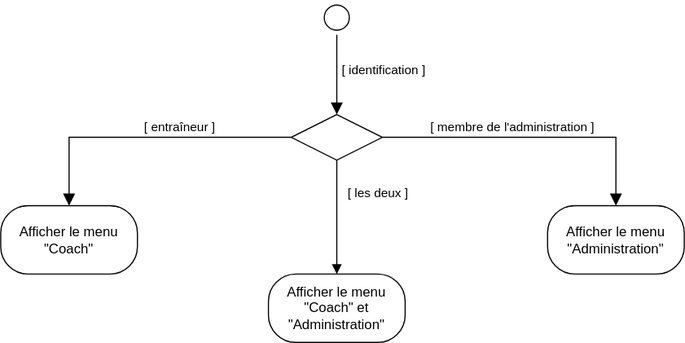
The draw.io diagram UML/Diagrammes d'activité/Diagramme_Acitivité_Application.svg in CyberHati/Application_Gestion-d-effectif, before a commit. Source tidied: cells renumbered, new cells last; positions are measured from the earlier drawing's top-left corner, leaving out a move shared by most shapes. The source it was exported from:
```xml
<mxGraphModel>
  <root>
    <mxCell id="0" />
    <mxCell id="1" parent="0" />
    <mxCell id="2" style="ellipse;html=1;shape=startState;" parent="1" vertex="1">
      <mxGeometry x="280" width="30" height="30" as="geometry" />
    </mxCell>
    <mxCell id="3" style="edgeStyle=orthogonalEdgeStyle;html=1;verticalAlign=bottom;endArrow=block;endSize=8;rounded=0;endFill=1;exitX=0.5;exitY=1;exitDx=0;exitDy=0;entryX=0.5;entryY=0;entryDx=0;entryDy=0;" parent="1" edge="1" source="2" target="8">
      <mxGeometry relative="1" as="geometry" />
    </mxCell>
    <mxCell id="4" value="[ identification ]" style="edgeLabel;html=1;align=center;verticalAlign=middle;" parent="3" vertex="1">
      <mxGeometry x="-0.14" y="2" relative="1" as="geometry">
        <mxPoint x="38" as="offset" />
      </mxGeometry>
    </mxCell>
    <mxCell id="5" value="Afficher le menu &quot;Coach&quot;" style="rounded=1;whiteSpace=wrap;html=1;arcSize=40;" parent="1" vertex="1">
      <mxGeometry y="180" width="120" height="60" as="geometry" />
    </mxCell>
    <mxCell id="6" style="edgeStyle=orthogonalEdgeStyle;rounded=0;jettySize=auto;html=1;entryX=0.5;entryY=0;entryDx=0;entryDy=0;endArrow=block;endFill=1;" parent="1" edge="1" source="8" target="13">
      <mxGeometry relative="1" as="geometry" />
    </mxCell>
    <mxCell id="7" value="[ les deux ]" style="edgeLabel;html=1;align=center;verticalAlign=middle;" parent="6" vertex="1">
      <mxGeometry x="-0.31" y="-3" relative="1" as="geometry">
        <mxPoint x="38" y="-6" as="offset" />
      </mxGeometry>
    </mxCell>
    <mxCell id="8" style="rhombus;whiteSpace=wrap;html=1;" parent="1" vertex="1">
      <mxGeometry x="255" y="100" width="80" height="40" as="geometry" />
    </mxCell>
    <mxCell id="9" style="edgeStyle=orthogonalEdgeStyle;html=1;align=left;verticalAlign=bottom;endArrow=block;endSize=8;rounded=0;endFill=1;entryX=0.5;entryY=0;entryDx=0;entryDy=0;" parent="1" edge="1" source="8" target="14">
      <mxGeometry x="-0.79" y="10" relative="1" as="geometry" />
    </mxCell>
    <mxCell id="10" value="[ membre de l'administration ]" style="edgeLabel;html=1;align=center;verticalAlign=middle;" parent="9" vertex="1">
      <mxGeometry x="-0.37" y="3" relative="1" as="geometry">
        <mxPoint x="29" y="-7" as="offset" />
      </mxGeometry>
    </mxCell>
    <mxCell id="11" style="edgeStyle=orthogonalEdgeStyle;html=1;verticalAlign=bottom;endArrow=block;endSize=8;rounded=0;exitX=0;exitY=0.5;exitDx=0;exitDy=0;entryX=0.5;entryY=0;entryDx=0;entryDy=0;endFill=1;" parent="1" edge="1" source="8" target="5">
      <mxGeometry relative="1" as="geometry" />
    </mxCell>
    <mxCell id="12" value="[ entraîneur ]" style="edgeLabel;html=1;align=center;verticalAlign=middle;" parent="11" vertex="1">
      <mxGeometry x="-0.22" y="-2" relative="1" as="geometry">
        <mxPoint y="-8" as="offset" />
      </mxGeometry>
    </mxCell>
    <mxCell id="13" value="Afficher le menu &quot;Coach&quot; et &quot;Administration&quot;" style="rounded=1;whiteSpace=wrap;html=1;arcSize=40;" parent="1" vertex="1">
      <mxGeometry x="235" y="240" width="120" height="60" as="geometry" />
    </mxCell>
    <mxCell id="14" value="Afficher le menu &quot;Administration&quot;" style="rounded=1;whiteSpace=wrap;html=1;arcSize=40;" parent="1" vertex="1">
      <mxGeometry x="480" y="180" width="120" height="60" as="geometry" />
    </mxCell>
  </root>
</mxGraphModel>
```
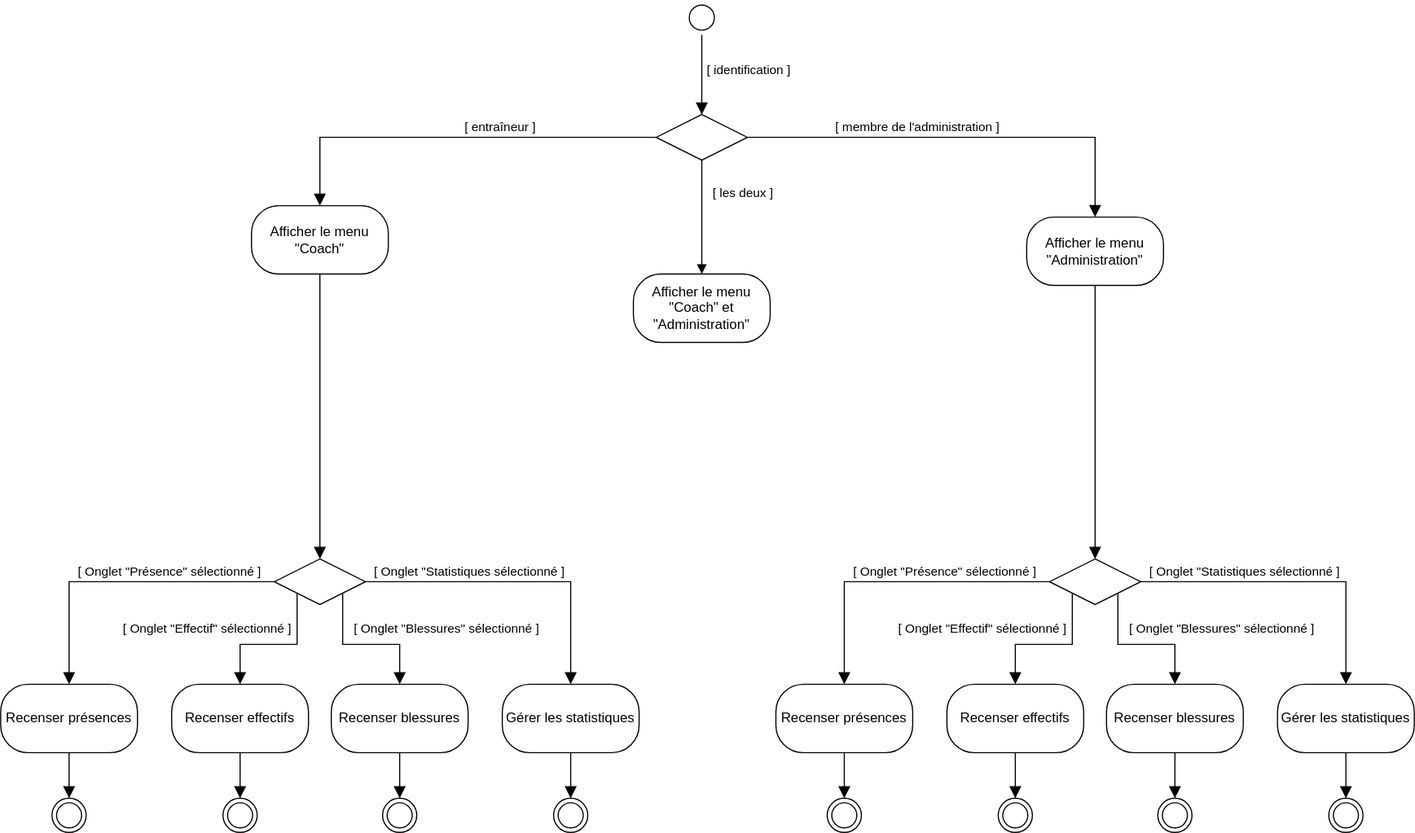
After the commit.

Commit message:
Mettre à jour Diagramme_Acitivité_Application.svg

Change to the diagram source:
```diff
@@ -14,7 +14,7 @@
       </mxGeometry>
     </mxCell>
     <mxCell id="5" value="Afficher le menu &quot;Coach&quot;" style="rounded=1;whiteSpace=wrap;html=1;arcSize=40;" parent="1" vertex="1">
-      <mxGeometry y="180" width="120" height="60" as="geometry" />
+      <mxGeometry x="-100" y="180" width="120" height="60" as="geometry" />
     </mxCell>
     <mxCell id="6" style="edgeStyle=orthogonalEdgeStyle;rounded=0;jettySize=auto;html=1;entryX=0.5;entryY=0;entryDx=0;entryDy=0;endArrow=block;endFill=1;" parent="1" edge="1" source="8" target="13">
       <mxGeometry relative="1" as="geometry" />
@@ -47,7 +47,155 @@
       <mxGeometry x="235" y="240" width="120" height="60" as="geometry" />
     </mxCell>
     <mxCell id="14" value="Afficher le menu &quot;Administration&quot;" style="rounded=1;whiteSpace=wrap;html=1;arcSize=40;" parent="1" vertex="1">
-      <mxGeometry x="480" y="180" width="120" height="60" as="geometry" />
+      <mxGeometry x="580" y="190" width="120" height="60" as="geometry" />
     </mxCell>
+    <mxCell id="15" style="rhombus;whiteSpace=wrap;html=1;" parent="1" vertex="1">
+      <mxGeometry x="-80" y="490" width="80" height="40" as="geometry" />
+    </mxCell>
+    <mxCell id="16" style="edgeStyle=orthogonalEdgeStyle;html=1;align=left;verticalAlign=bottom;endArrow=block;endSize=8;rounded=0;endFill=1;entryX=0.5;entryY=0;entryDx=0;entryDy=0;exitX=0.5;exitY=1;exitDx=0;exitDy=0;" parent="1" edge="1" source="5" target="15">
+      <mxGeometry x="-0.79" y="10" relative="1" as="geometry" />
+    </mxCell>
+    <mxCell id="17" value="Recenser effectifs" style="rounded=1;whiteSpace=wrap;html=1;arcSize=40;" parent="1" vertex="1">
+      <mxGeometry x="-170" y="600" width="120" height="60" as="geometry" />
+    </mxCell>
+    <mxCell id="18" value="Recenser blessures" style="rounded=1;whiteSpace=wrap;html=1;arcSize=40;" parent="1" vertex="1">
+      <mxGeometry x="-30" y="600" width="120" height="60" as="geometry" />
+    </mxCell>
+    <mxCell id="19" value="Gérer les statistiques" style="rounded=1;whiteSpace=wrap;html=1;arcSize=40;" parent="1" vertex="1">
+      <mxGeometry x="120" y="600" width="120" height="60" as="geometry" />
+    </mxCell>
+    <mxCell id="20" value="&lt;div&gt;Recenser présences&lt;/div&gt;" style="rounded=1;whiteSpace=wrap;html=1;arcSize=40;" parent="1" vertex="1">
+      <mxGeometry x="-320" y="600" width="120" height="60" as="geometry" />
+    </mxCell>
+    <mxCell id="21" style="edgeStyle=orthogonalEdgeStyle;html=1;align=left;verticalAlign=bottom;endArrow=block;endSize=8;rounded=0;endFill=1;entryX=0.5;entryY=0;entryDx=0;entryDy=0;exitX=1;exitY=0.5;exitDx=0;exitDy=0;" parent="1" edge="1" source="15" target="19">
+      <mxGeometry x="-0.79" y="10" relative="1" as="geometry" />
+    </mxCell>
+    <mxCell id="22" value="[ Onglet &quot;Statistiques sélectionné ]" style="edgeLabel;html=1;align=center;verticalAlign=middle;" parent="21" vertex="1">
+      <mxGeometry x="-0.12" y="-1" relative="1" as="geometry">
+        <mxPoint x="-29" y="-11" as="offset" />
+      </mxGeometry>
+    </mxCell>
+    <mxCell id="23" style="edgeStyle=orthogonalEdgeStyle;html=1;align=left;verticalAlign=bottom;endArrow=block;endSize=8;rounded=0;endFill=1;entryX=0.5;entryY=0;entryDx=0;entryDy=0;exitX=1;exitY=1;exitDx=0;exitDy=0;" parent="1" edge="1" source="15" target="18">
+      <mxGeometry x="-0.79" y="10" relative="1" as="geometry" />
+    </mxCell>
+    <mxCell id="24" value="[ Onglet &quot;Blessures&quot; sélectionné ]" style="edgeLabel;html=1;align=center;verticalAlign=middle;" parent="23" vertex="1">
+      <mxGeometry x="-0.57" y="-1" relative="1" as="geometry">
+        <mxPoint x="91" y="2" as="offset" />
+      </mxGeometry>
+    </mxCell>
+    <mxCell id="25" style="edgeStyle=orthogonalEdgeStyle;html=1;align=left;verticalAlign=bottom;endArrow=block;endSize=8;rounded=0;endFill=1;entryX=0.5;entryY=0;entryDx=0;entryDy=0;exitX=0;exitY=1;exitDx=0;exitDy=0;" parent="1" edge="1" source="15" target="17">
+      <mxGeometry x="-0.79" y="10" relative="1" as="geometry" />
+    </mxCell>
+    <mxCell id="26" value="[ Onglet &quot;Effectif&quot; sélectionné ]" style="edgeLabel;html=1;align=center;verticalAlign=middle;" parent="25" vertex="1">
+      <mxGeometry x="0.17" y="1" relative="1" as="geometry">
+        <mxPoint x="-49" y="-16" as="offset" />
+      </mxGeometry>
+    </mxCell>
+    <mxCell id="27" style="edgeStyle=orthogonalEdgeStyle;html=1;align=left;verticalAlign=bottom;endArrow=block;endSize=8;rounded=0;endFill=1;entryX=0.5;entryY=0;entryDx=0;entryDy=0;exitX=0;exitY=0.5;exitDx=0;exitDy=0;" parent="1" edge="1" source="15" target="20">
+      <mxGeometry x="-0.79" y="10" relative="1" as="geometry" />
+    </mxCell>
+    <mxCell id="28" value="[ Onglet &quot;Présence&quot; sélectionné ]" style="edgeLabel;html=1;align=center;verticalAlign=middle;" parent="27" vertex="1">
+      <mxGeometry x="-0.31" y="1" relative="1" as="geometry">
+        <mxPoint y="-11" as="offset" />
+      </mxGeometry>
+    </mxCell>
+    <mxCell id="29" style="ellipse;html=1;shape=endState;fillColor=default;" parent="1" vertex="1">
+      <mxGeometry x="15" y="700" width="30" height="30" as="geometry" />
+    </mxCell>
+    <mxCell id="30" style="ellipse;html=1;shape=endState;fillColor=default;" parent="1" vertex="1">
+      <mxGeometry x="165" y="700" width="30" height="30" as="geometry" />
+    </mxCell>
+    <mxCell id="31" style="ellipse;html=1;shape=endState;fillColor=default;" parent="1" vertex="1">
+      <mxGeometry x="-125" y="700" width="30" height="30" as="geometry" />
+    </mxCell>
+    <mxCell id="32" style="ellipse;html=1;shape=endState;fillColor=default;" parent="1" vertex="1">
+      <mxGeometry x="-275" y="700" width="30" height="30" as="geometry" />
+    </mxCell>
+    <mxCell id="33" style="edgeStyle=orthogonalEdgeStyle;html=1;align=left;verticalAlign=bottom;endArrow=block;endSize=8;rounded=0;endFill=1;entryX=0.5;entryY=0;entryDx=0;entryDy=0;exitX=0.5;exitY=1;exitDx=0;exitDy=0;" parent="1" edge="1" source="20" target="32">
+      <mxGeometry x="-0.79" y="10" relative="1" as="geometry" />
+    </mxCell>
+    <mxCell id="34" style="edgeStyle=orthogonalEdgeStyle;html=1;align=left;verticalAlign=bottom;endArrow=block;endSize=8;rounded=0;endFill=1;entryX=0.5;entryY=0;entryDx=0;entryDy=0;exitX=0.5;exitY=1;exitDx=0;exitDy=0;" parent="1" edge="1" source="19" target="30">
+      <mxGeometry x="-0.79" y="10" relative="1" as="geometry" />
+    </mxCell>
+    <mxCell id="35" style="edgeStyle=orthogonalEdgeStyle;html=1;align=left;verticalAlign=bottom;endArrow=block;endSize=8;rounded=0;endFill=1;entryX=0.5;entryY=0;entryDx=0;entryDy=0;exitX=0.5;exitY=1;exitDx=0;exitDy=0;" parent="1" edge="1" source="17" target="31">
+      <mxGeometry x="-0.79" y="10" relative="1" as="geometry" />
+    </mxCell>
+    <mxCell id="36" style="edgeStyle=orthogonalEdgeStyle;html=1;align=left;verticalAlign=bottom;endArrow=block;endSize=8;rounded=0;endFill=1;entryX=0.5;entryY=0;entryDx=0;entryDy=0;exitX=0.5;exitY=1;exitDx=0;exitDy=0;" parent="1" edge="1" source="18" target="29">
+      <mxGeometry x="-0.79" y="10" relative="1" as="geometry" />
+    </mxCell>
+    <mxCell id="37" style="rhombus;whiteSpace=wrap;html=1;" parent="1" vertex="1">
+      <mxGeometry x="600" y="490" width="80" height="40" as="geometry" />
+    </mxCell>
+    <mxCell id="38" value="Recenser effectifs" style="rounded=1;whiteSpace=wrap;html=1;arcSize=40;" parent="1" vertex="1">
+      <mxGeometry x="510" y="600" width="120" height="60" as="geometry" />
+    </mxCell>
+    <mxCell id="39" value="Recenser blessures" style="rounded=1;whiteSpace=wrap;html=1;arcSize=40;" parent="1" vertex="1">
+      <mxGeometry x="650" y="600" width="120" height="60" as="geometry" />
+    </mxCell>
+    <mxCell id="40" value="Gérer les statistiques" style="rounded=1;whiteSpace=wrap;html=1;arcSize=40;" parent="1" vertex="1">
+      <mxGeometry x="800" y="600" width="120" height="60" as="geometry" />
+    </mxCell>
+    <mxCell id="41" value="&lt;div&gt;Recenser présences&lt;/div&gt;" style="rounded=1;whiteSpace=wrap;html=1;arcSize=40;" parent="1" vertex="1">
+      <mxGeometry x="360" y="600" width="120" height="60" as="geometry" />
+    </mxCell>
+    <mxCell id="42" style="edgeStyle=orthogonalEdgeStyle;html=1;align=left;verticalAlign=bottom;endArrow=block;endSize=8;rounded=0;endFill=1;entryX=0.5;entryY=0;entryDx=0;entryDy=0;exitX=1;exitY=0.5;exitDx=0;exitDy=0;" parent="1" edge="1" source="37" target="40">
+      <mxGeometry x="-0.79" y="10" relative="1" as="geometry" />
+    </mxCell>
+    <mxCell id="43" value="[ Onglet &quot;Statistiques sélectionné ]" style="edgeLabel;html=1;align=center;verticalAlign=middle;" parent="42" vertex="1">
+      <mxGeometry x="-0.12" y="-1" relative="1" as="geometry">
+        <mxPoint x="-29" y="-11" as="offset" />
+      </mxGeometry>
+    </mxCell>
+    <mxCell id="44" style="edgeStyle=orthogonalEdgeStyle;html=1;align=left;verticalAlign=bottom;endArrow=block;endSize=8;rounded=0;endFill=1;entryX=0.5;entryY=0;entryDx=0;entryDy=0;exitX=1;exitY=1;exitDx=0;exitDy=0;" parent="1" edge="1" source="37" target="39">
+      <mxGeometry x="-0.79" y="10" relative="1" as="geometry" />
+    </mxCell>
+    <mxCell id="45" value="[ Onglet &quot;Blessures&quot; sélectionné ]" style="edgeLabel;html=1;align=center;verticalAlign=middle;" parent="44" vertex="1">
+      <mxGeometry x="-0.57" y="-1" relative="1" as="geometry">
+        <mxPoint x="91" y="2" as="offset" />
+      </mxGeometry>
+    </mxCell>
+    <mxCell id="46" style="edgeStyle=orthogonalEdgeStyle;html=1;align=left;verticalAlign=bottom;endArrow=block;endSize=8;rounded=0;endFill=1;entryX=0.5;entryY=0;entryDx=0;entryDy=0;exitX=0;exitY=1;exitDx=0;exitDy=0;" parent="1" edge="1" source="37" target="38">
+      <mxGeometry x="-0.79" y="10" relative="1" as="geometry" />
+    </mxCell>
+    <mxCell id="47" value="[ Onglet &quot;Effectif&quot; sélectionné ]" style="edgeLabel;html=1;align=center;verticalAlign=middle;" parent="46" vertex="1">
+      <mxGeometry x="0.17" y="1" relative="1" as="geometry">
+        <mxPoint x="-49" y="-16" as="offset" />
+      </mxGeometry>
+    </mxCell>
+    <mxCell id="48" style="edgeStyle=orthogonalEdgeStyle;html=1;align=left;verticalAlign=bottom;endArrow=block;endSize=8;rounded=0;endFill=1;entryX=0.5;entryY=0;entryDx=0;entryDy=0;exitX=0;exitY=0.5;exitDx=0;exitDy=0;" parent="1" edge="1" source="37" target="41">
+      <mxGeometry x="-0.79" y="10" relative="1" as="geometry" />
+    </mxCell>
+    <mxCell id="49" value="[ Onglet &quot;Présence&quot; sélectionné ]" style="edgeLabel;html=1;align=center;verticalAlign=middle;" parent="48" vertex="1">
+      <mxGeometry x="-0.31" y="1" relative="1" as="geometry">
+        <mxPoint y="-11" as="offset" />
+      </mxGeometry>
+    </mxCell>
+    <mxCell id="50" style="ellipse;html=1;shape=endState;fillColor=default;" parent="1" vertex="1">
+      <mxGeometry x="695" y="700" width="30" height="30" as="geometry" />
+    </mxCell>
+    <mxCell id="51" style="ellipse;html=1;shape=endState;fillColor=default;" parent="1" vertex="1">
+      <mxGeometry x="845" y="700" width="30" height="30" as="geometry" />
+    </mxCell>
+    <mxCell id="52" style="ellipse;html=1;shape=endState;fillColor=default;" parent="1" vertex="1">
+      <mxGeometry x="555" y="700" width="30" height="30" as="geometry" />
+    </mxCell>
+    <mxCell id="53" style="ellipse;html=1;shape=endState;fillColor=default;" parent="1" vertex="1">
+      <mxGeometry x="405" y="700" width="30" height="30" as="geometry" />
+    </mxCell>
+    <mxCell id="54" style="edgeStyle=orthogonalEdgeStyle;html=1;align=left;verticalAlign=bottom;endArrow=block;endSize=8;rounded=0;endFill=1;entryX=0.5;entryY=0;entryDx=0;entryDy=0;exitX=0.5;exitY=1;exitDx=0;exitDy=0;" parent="1" edge="1" source="41" target="53">
+      <mxGeometry x="-0.79" y="10" relative="1" as="geometry" />
+    </mxCell>
+    <mxCell id="55" style="edgeStyle=orthogonalEdgeStyle;html=1;align=left;verticalAlign=bottom;endArrow=block;endSize=8;rounded=0;endFill=1;entryX=0.5;entryY=0;entryDx=0;entryDy=0;exitX=0.5;exitY=1;exitDx=0;exitDy=0;" parent="1" edge="1" source="40" target="51">
+      <mxGeometry x="-0.79" y="10" relative="1" as="geometry" />
+    </mxCell>
+    <mxCell id="56" style="edgeStyle=orthogonalEdgeStyle;html=1;align=left;verticalAlign=bottom;endArrow=block;endSize=8;rounded=0;endFill=1;entryX=0.5;entryY=0;entryDx=0;entryDy=0;exitX=0.5;exitY=1;exitDx=0;exitDy=0;" parent="1" edge="1" source="38" target="52">
+      <mxGeometry x="-0.79" y="10" relative="1" as="geometry" />
+    </mxCell>
+    <mxCell id="57" style="edgeStyle=orthogonalEdgeStyle;html=1;align=left;verticalAlign=bottom;endArrow=block;endSize=8;rounded=0;endFill=1;entryX=0.5;entryY=0;entryDx=0;entryDy=0;exitX=0.5;exitY=1;exitDx=0;exitDy=0;" parent="1" edge="1" source="39" target="50">
+      <mxGeometry x="-0.79" y="10" relative="1" as="geometry" />
+    </mxCell>
+    <mxCell id="58" style="edgeStyle=orthogonalEdgeStyle;html=1;align=left;verticalAlign=bottom;endArrow=block;endSize=8;rounded=0;endFill=1;entryX=0.5;entryY=0;entryDx=0;entryDy=0;exitX=0.5;exitY=1;exitDx=0;exitDy=0;" parent="1" edge="1" source="14" target="37">
+      <mxGeometry x="-0.79" y="10" relative="1" as="geometry" />
+    </mxCell>
   </root>
 </mxGraphModel>
```
